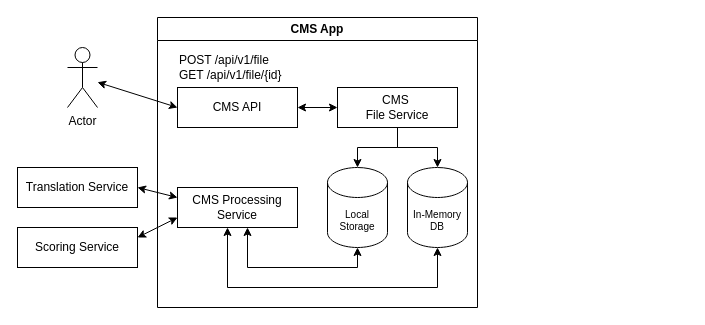
Before: Design/Drafts/cms-architecture.drawio in rbreje/content-moderation-system, a draw.io diagram. Source tidied: cells renumbered, new cells numbered last; positions are measured from the earlier drawing's top-left corner, leaving out a move shared by most shapes. Both pictures are drawn from the tidied source at 100%, with x=0, y=0 at pixel (17, 17).
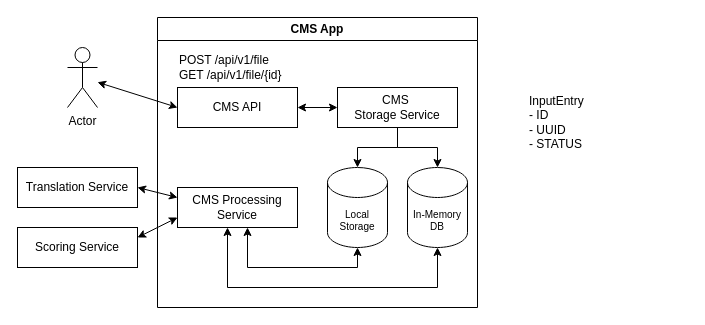
The same page after the edit.

The change refers to these unchanged cells:
```xml
<mxCell id="6" value="CMS App" style="swimlane;whiteSpace=wrap;html=1;" parent="1" vertex="1">
  <mxGeometry x="140" width="320" height="290" as="geometry" />
</mxCell>
```

Diff of the diagram source:
```diff
@@
-    <mxCell id="10" value="CMS&amp;nbsp;&lt;div&gt;&lt;span style=&quot;background-color: initial;&quot;&gt;File Service&lt;/span&gt;&lt;/div&gt;" style="rounded=0;whiteSpace=wrap;html=1;" parent="6" vertex="1">
+    <mxCell id="10" value="CMS&amp;nbsp;&lt;div&gt;&lt;span style=&quot;background-color: initial;&quot;&gt;Storage Service&lt;/span&gt;&lt;/div&gt;" style="rounded=0;whiteSpace=wrap;html=1;" parent="6" vertex="1">
       <mxGeometry x="180" y="70" width="120" height="40" as="geometry" />
     </mxCell>
@@
+    <mxCell id="20" value="InputEntry&lt;div&gt;- ID&lt;/div&gt;&lt;div&gt;- UUID&lt;/div&gt;&lt;div&gt;- STATUS&lt;/div&gt;" style="text;html=1;align=left;verticalAlign=top;whiteSpace=wrap;rounded=0;" parent="1" vertex="1">
+      <mxGeometry x="510" y="70" width="160" height="160" as="geometry" />
+    </mxCell>
```
